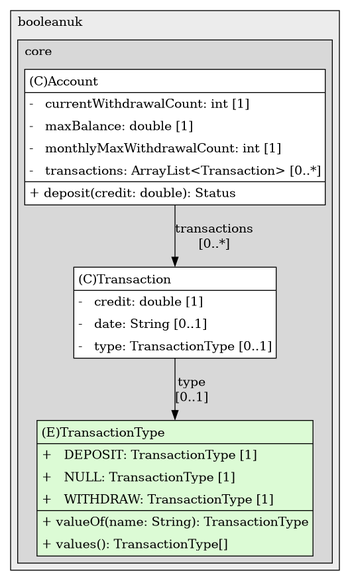
Before: class-models/TransactionType_structure.png, a diagram exported from PlantUML (boolean-uk/java-tdd-oop-bank-challenge). Its source is kept beside it as src/main/java/com/booleanuk/core/TransactionType_structure.puml.
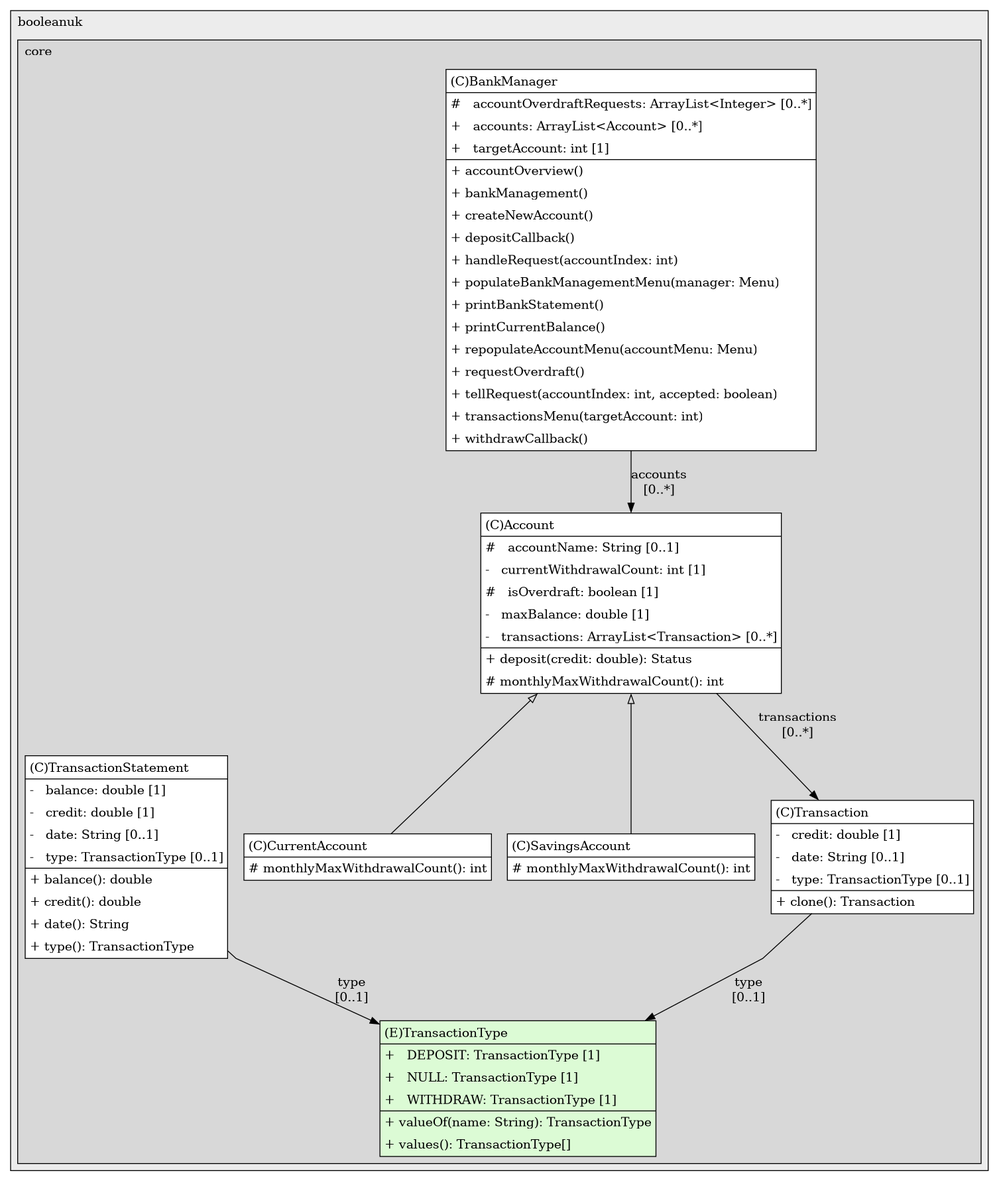
Above is the later version.

What changed in the source:
```diff
@@ -24,12 +24,66 @@
 	label=<<TABLE BORDER="1" CELLBORDER="0" CELLPADDING="4" CELLSPACING="0">
 <TR><TD ALIGN="LEFT" >(C)Account</TD></TR>
 <HR/>
+<TR><TD ALIGN="LEFT" >#   accountName: String [0..1]</TD></TR>
 <TR><TD ALIGN="LEFT" >-   currentWithdrawalCount: int [1]</TD></TR>
+<TR><TD ALIGN="LEFT" >#   isOverdraft: boolean [1]</TD></TR>
 <TR><TD ALIGN="LEFT" >-   maxBalance: double [1]</TD></TR>
-<TR><TD ALIGN="LEFT" >-   monthlyMaxWithdrawalCount: int [1]</TD></TR>
 <TR><TD ALIGN="LEFT" >-   transactions: ArrayList&lt;Transaction&gt; [0..*]</TD></TR>
 <HR/>
 <TR><TD ALIGN="LEFT" >+ deposit(credit: double): Status</TD></TR>
+<TR><TD ALIGN="LEFT" ># monthlyMaxWithdrawalCount(): int</TD></TR>
+</TABLE>>
+	style=filled
+	margin=0
+	shape=plaintext
+	fillcolor="#FFFFFF"
+];
+
+BankManager1325589212[
+	label=<<TABLE BORDER="1" CELLBORDER="0" CELLPADDING="4" CELLSPACING="0">
+<TR><TD ALIGN="LEFT" >(C)BankManager</TD></TR>
+<HR/>
+<TR><TD ALIGN="LEFT" >#   accountOverdraftRequests: ArrayList&lt;Integer&gt; [0..*]</TD></TR>
+<TR><TD ALIGN="LEFT" >+   accounts: ArrayList&lt;Account&gt; [0..*]</TD></TR>
+<TR><TD ALIGN="LEFT" >+   targetAccount: int [1]</TD></TR>
+<HR/>
+<TR><TD ALIGN="LEFT" >+ accountOverview()</TD></TR>
+<TR><TD ALIGN="LEFT" >+ bankManagement()</TD></TR>
+<TR><TD ALIGN="LEFT" >+ createNewAccount()</TD></TR>
+<TR><TD ALIGN="LEFT" >+ depositCallback()</TD></TR>
+<TR><TD ALIGN="LEFT" >+ handleRequest(accountIndex: int)</TD></TR>
+<TR><TD ALIGN="LEFT" >+ populateBankManagementMenu(manager: Menu)</TD></TR>
+<TR><TD ALIGN="LEFT" >+ printBankStatement()</TD></TR>
+<TR><TD ALIGN="LEFT" >+ printCurrentBalance()</TD></TR>
+<TR><TD ALIGN="LEFT" >+ repopulateAccountMenu(accountMenu: Menu)</TD></TR>
+<TR><TD ALIGN="LEFT" >+ requestOverdraft()</TD></TR>
+<TR><TD ALIGN="LEFT" >+ tellRequest(accountIndex: int, accepted: boolean)</TD></TR>
+<TR><TD ALIGN="LEFT" >+ transactionsMenu(targetAccount: int)</TD></TR>
+<TR><TD ALIGN="LEFT" >+ withdrawCallback()</TD></TR>
+</TABLE>>
+	style=filled
+	margin=0
+	shape=plaintext
+	fillcolor="#FFFFFF"
+];
+
+CurrentAccount1325589212[
+	label=<<TABLE BORDER="1" CELLBORDER="0" CELLPADDING="4" CELLSPACING="0">
+<TR><TD ALIGN="LEFT" >(C)CurrentAccount</TD></TR>
+<HR/>
+<TR><TD ALIGN="LEFT" ># monthlyMaxWithdrawalCount(): int</TD></TR>
+</TABLE>>
+	style=filled
+	margin=0
+	shape=plaintext
+	fillcolor="#FFFFFF"
+];
+
+SavingsAccount1325589212[
+	label=<<TABLE BORDER="1" CELLBORDER="0" CELLPADDING="4" CELLSPACING="0">
+<TR><TD ALIGN="LEFT" >(C)SavingsAccount</TD></TR>
+<HR/>
+<TR><TD ALIGN="LEFT" ># monthlyMaxWithdrawalCount(): int</TD></TR>
 </TABLE>>
 	style=filled
 	margin=0
@@ -44,6 +98,28 @@
 <TR><TD ALIGN="LEFT" >-   credit: double [1]</TD></TR>
 <TR><TD ALIGN="LEFT" >-   date: String [0..1]</TD></TR>
 <TR><TD ALIGN="LEFT" >-   type: TransactionType [0..1]</TD></TR>
+<HR/>
+<TR><TD ALIGN="LEFT" >+ clone(): Transaction</TD></TR>
+</TABLE>>
+	style=filled
+	margin=0
+	shape=plaintext
+	fillcolor="#FFFFFF"
+];
+
+TransactionStatement1325589212[
+	label=<<TABLE BORDER="1" CELLBORDER="0" CELLPADDING="4" CELLSPACING="0">
+<TR><TD ALIGN="LEFT" >(C)TransactionStatement</TD></TR>
+<HR/>
+<TR><TD ALIGN="LEFT" >-   balance: double [1]</TD></TR>
+<TR><TD ALIGN="LEFT" >-   credit: double [1]</TD></TR>
+<TR><TD ALIGN="LEFT" >-   date: String [0..1]</TD></TR>
+<TR><TD ALIGN="LEFT" >-   type: TransactionType [0..1]</TD></TR>
+<HR/>
+<TR><TD ALIGN="LEFT" >+ balance(): double</TD></TR>
+<TR><TD ALIGN="LEFT" >+ credit(): double</TD></TR>
+<TR><TD ALIGN="LEFT" >+ date(): String</TD></TR>
+<TR><TD ALIGN="LEFT" >+ type(): TransactionType</TD></TR>
 </TABLE>>
 	style=filled
 	margin=0
@@ -70,9 +146,15 @@
 }
 }
 
+Account1325589212 -> CurrentAccount1325589212[arrowhead=none, arrowtail=empty, dir=both];
+Account1325589212 -> SavingsAccount1325589212[arrowhead=none, arrowtail=empty, dir=both];
 Account1325589212 -> Transaction1325589212[label="transactions
 [0..*]"];
+BankManager1325589212 -> Account1325589212[label="accounts
+[0..*]"];
 Transaction1325589212 -> TransactionType1325589212[label="type
+[0..1]"];
+TransactionStatement1325589212 -> TransactionType1325589212[label="type
 [0..1]"];
 
 }
```
